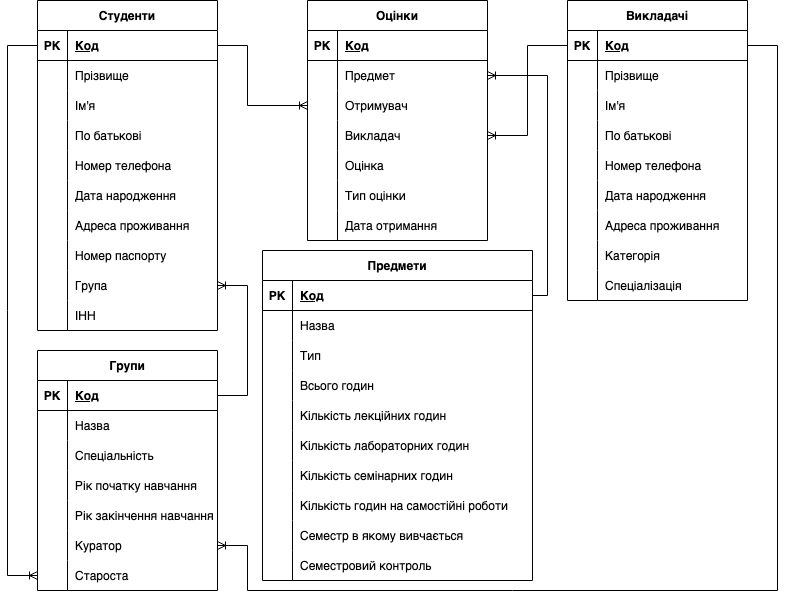
Above: docs/ER-Diagram.png in MikeostCorp/Gradify (draw.io), before the change. Source tidied: cells renumbered, new cells last; positions are measured from the earlier drawing's top-left corner, leaving out a move shared by most shapes.
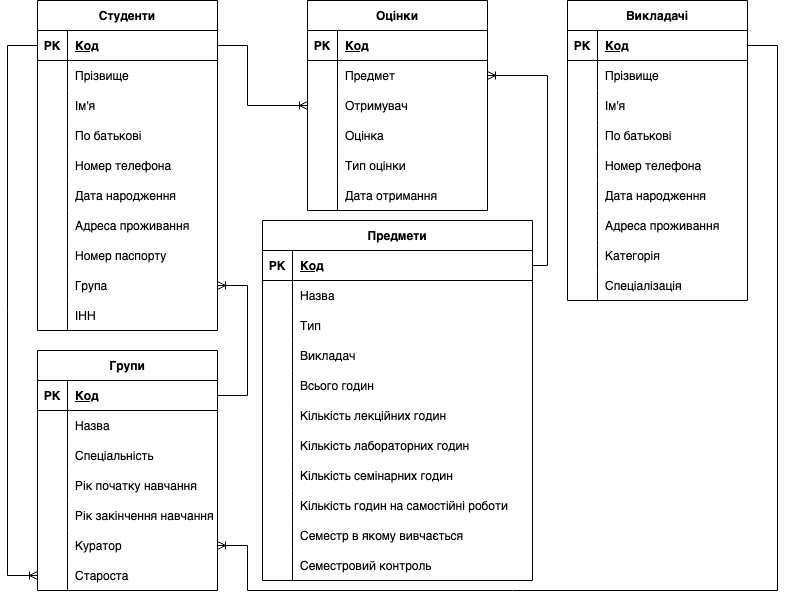
The same diagram one commit later.

Commit message:
docs: remove column "Викладач" from table "Оцінки" & add column "Викладач" to table "Предмети"

What changed in the source:
```diff
@@ -246,7 +246,7 @@
       <mxGeometry x="30" width="150" height="30" as="geometry" />
     </mxCell>
     <mxCell id="83" value="Оцінки" style="shape=table;startSize=30;rowLines=0;fontStyle=1;align=center;" parent="1" vertex="1">
-      <mxGeometry x="300" width="180" height="240" as="geometry" />
+      <mxGeometry x="300" width="180" height="210" as="geometry" />
     </mxCell>
     <mxCell id="84" style="shape=tableRow;horizontal=0;startSize=0;swimlaneHead=0;swimlaneBody=0;fillColor=none;top=0;left=0;right=0;bottom=1;" parent="83" vertex="1">
       <mxGeometry y="30" width="180" height="30" as="geometry" />
@@ -275,17 +275,8 @@
     <mxCell id="92" value="Отримувач" style="shape=partialRectangle;fillColor=none;top=0;left=0;bottom=0;right=0;align=left;spacingLeft=6;overflow=hidden;" parent="90" vertex="1">
       <mxGeometry x="30" width="150" height="30" as="geometry" />
     </mxCell>
-    <mxCell id="93" style="shape=tableRow;horizontal=0;startSize=0;swimlaneHead=0;swimlaneBody=0;fillColor=none;points=[[0,0.5],[1,0.5]];portConstraint=eastwest;top=0;left=0;right=0;bottom=0;" parent="83" vertex="1">
-      <mxGeometry y="120" width="180" height="30" as="geometry" />
-    </mxCell>
-    <mxCell id="94" style="shape=partialRectangle;fillColor=none;top=0;left=0;bottom=0;right=0;overflow=hidden;" parent="93" vertex="1">
-      <mxGeometry width="30" height="30" as="geometry" />
-    </mxCell>
-    <mxCell id="95" value="Викладач" style="shape=partialRectangle;fillColor=none;top=0;left=0;bottom=0;right=0;align=left;spacingLeft=6;overflow=hidden;" parent="93" vertex="1">
-      <mxGeometry x="30" width="150" height="30" as="geometry" />
-    </mxCell>
     <mxCell id="96" style="shape=tableRow;horizontal=0;startSize=0;swimlaneHead=0;swimlaneBody=0;fillColor=none;top=0;left=0;right=0;bottom=0;" parent="83" vertex="1">
-      <mxGeometry y="150" width="180" height="30" as="geometry" />
+      <mxGeometry y="120" width="180" height="30" as="geometry" />
     </mxCell>
     <mxCell id="97" style="shape=partialRectangle;fillColor=none;top=0;left=0;bottom=0;right=0;overflow=hidden;" parent="96" vertex="1">
       <mxGeometry width="30" height="30" as="geometry" />
@@ -294,7 +285,7 @@
       <mxGeometry x="30" width="150" height="30" as="geometry" />
     </mxCell>
     <mxCell id="99" style="shape=tableRow;horizontal=0;startSize=0;swimlaneHead=0;swimlaneBody=0;fillColor=none;top=0;left=0;right=0;bottom=0;" parent="83" vertex="1">
-      <mxGeometry y="180" width="180" height="30" as="geometry" />
+      <mxGeometry y="150" width="180" height="30" as="geometry" />
     </mxCell>
     <mxCell id="100" style="shape=partialRectangle;fillColor=none;top=0;left=0;bottom=0;right=0;overflow=hidden;" parent="99" vertex="1">
       <mxGeometry width="30" height="30" as="geometry" />
@@ -303,7 +294,7 @@
       <mxGeometry x="30" width="150" height="30" as="geometry" />
     </mxCell>
     <mxCell id="102" style="shape=tableRow;horizontal=0;startSize=0;swimlaneHead=0;swimlaneBody=0;fillColor=none;top=0;left=0;right=0;bottom=0;" parent="83" vertex="1">
-      <mxGeometry y="210" width="180" height="30" as="geometry" />
+      <mxGeometry y="180" width="180" height="30" as="geometry" />
     </mxCell>
     <mxCell id="103" style="shape=partialRectangle;fillColor=none;top=0;left=0;bottom=0;right=0;overflow=hidden;" parent="102" vertex="1">
       <mxGeometry width="30" height="30" as="geometry" />
@@ -312,7 +303,7 @@
       <mxGeometry x="30" width="150" height="30" as="geometry" />
     </mxCell>
     <mxCell id="105" value="Предмети" style="shape=table;startSize=30;rowLines=0;fontStyle=1;align=center;" parent="1" vertex="1">
-      <mxGeometry x="255" y="250" width="270" height="330" as="geometry" />
+      <mxGeometry x="255" y="220" width="270" height="360" as="geometry" />
     </mxCell>
     <mxCell id="106" style="shape=tableRow;horizontal=0;startSize=0;swimlaneHead=0;swimlaneBody=0;fillColor=none;points=[[0,0.5],[1,0.5]];portConstraint=eastwest;top=0;left=0;right=0;bottom=1;" parent="105" vertex="1">
       <mxGeometry y="30" width="270" height="30" as="geometry" />
@@ -341,8 +332,17 @@
     <mxCell id="114" value="Тип" style="shape=partialRectangle;fillColor=none;top=0;left=0;bottom=0;right=0;align=left;spacingLeft=6;overflow=hidden;" parent="112" vertex="1">
       <mxGeometry x="30" width="240" height="30" as="geometry" />
     </mxCell>
+    <mxCell id="142" style="shape=tableRow;horizontal=0;startSize=0;swimlaneHead=0;swimlaneBody=0;fillColor=none;top=0;left=0;right=0;bottom=0;" parent="105" vertex="1">
+      <mxGeometry y="120" width="270" height="30" as="geometry" />
+    </mxCell>
+    <mxCell id="94" style="shape=partialRectangle;fillColor=none;top=0;left=0;bottom=0;right=0;overflow=hidden;" parent="142" vertex="1">
+      <mxGeometry width="30" height="30" as="geometry" />
+    </mxCell>
+    <mxCell id="95" value="Викладач" style="shape=partialRectangle;fillColor=none;top=0;left=0;bottom=0;right=0;align=left;spacingLeft=6;overflow=hidden;" parent="142" vertex="1">
+      <mxGeometry x="30" width="240" height="30" as="geometry" />
+    </mxCell>
     <mxCell id="115" style="shape=tableRow;horizontal=0;startSize=0;swimlaneHead=0;swimlaneBody=0;fillColor=none;top=0;left=0;right=0;bottom=0;" parent="105" vertex="1">
-      <mxGeometry y="120" width="270" height="30" as="geometry" />
+      <mxGeometry y="150" width="270" height="30" as="geometry" />
     </mxCell>
     <mxCell id="116" style="shape=partialRectangle;fillColor=none;top=0;left=0;bottom=0;right=0;overflow=hidden;" parent="115" vertex="1">
       <mxGeometry width="30" height="30" as="geometry" />
@@ -351,7 +351,7 @@
       <mxGeometry x="30" width="240" height="30" as="geometry" />
     </mxCell>
     <mxCell id="118" style="shape=tableRow;horizontal=0;startSize=0;swimlaneHead=0;swimlaneBody=0;fillColor=none;top=0;left=0;right=0;bottom=0;" parent="105" vertex="1">
-      <mxGeometry y="150" width="270" height="30" as="geometry" />
+      <mxGeometry y="180" width="270" height="30" as="geometry" />
     </mxCell>
     <mxCell id="119" style="shape=partialRectangle;fillColor=none;top=0;left=0;bottom=0;right=0;overflow=hidden;" parent="118" vertex="1">
       <mxGeometry width="30" height="30" as="geometry" />
@@ -360,7 +360,7 @@
       <mxGeometry x="30" width="240" height="30" as="geometry" />
     </mxCell>
     <mxCell id="121" style="shape=tableRow;horizontal=0;startSize=0;swimlaneHead=0;swimlaneBody=0;fillColor=none;top=0;left=0;right=0;bottom=0;" parent="105" vertex="1">
-      <mxGeometry y="180" width="270" height="30" as="geometry" />
+      <mxGeometry y="210" width="270" height="30" as="geometry" />
     </mxCell>
     <mxCell id="122" style="shape=partialRectangle;fillColor=none;top=0;left=0;bottom=0;right=0;overflow=hidden;" parent="121" vertex="1">
       <mxGeometry width="30" height="30" as="geometry" />
@@ -369,7 +369,7 @@
       <mxGeometry x="30" width="240" height="30" as="geometry" />
     </mxCell>
     <mxCell id="124" style="shape=tableRow;horizontal=0;startSize=0;swimlaneHead=0;swimlaneBody=0;fillColor=none;top=0;left=0;right=0;bottom=0;" parent="105" vertex="1">
-      <mxGeometry y="210" width="270" height="30" as="geometry" />
+      <mxGeometry y="240" width="270" height="30" as="geometry" />
     </mxCell>
     <mxCell id="125" style="shape=partialRectangle;fillColor=none;top=0;left=0;bottom=0;right=0;overflow=hidden;" parent="124" vertex="1">
       <mxGeometry width="30" height="30" as="geometry" />
@@ -378,7 +378,7 @@
       <mxGeometry x="30" width="240" height="30" as="geometry" />
     </mxCell>
     <mxCell id="127" style="shape=tableRow;horizontal=0;startSize=0;swimlaneHead=0;swimlaneBody=0;fillColor=none;top=0;left=0;right=0;bottom=0;" parent="105" vertex="1">
-      <mxGeometry y="240" width="270" height="30" as="geometry" />
+      <mxGeometry y="270" width="270" height="30" as="geometry" />
     </mxCell>
     <mxCell id="128" style="shape=partialRectangle;fillColor=none;top=0;left=0;bottom=0;right=0;overflow=hidden;" parent="127" vertex="1">
       <mxGeometry width="30" height="30" as="geometry" />
@@ -387,7 +387,7 @@
       <mxGeometry x="30" width="240" height="30" as="geometry" />
     </mxCell>
     <mxCell id="130" style="shape=tableRow;horizontal=0;startSize=0;swimlaneHead=0;swimlaneBody=0;fillColor=none;top=0;left=0;right=0;bottom=0;" parent="105" vertex="1">
-      <mxGeometry y="270" width="270" height="30" as="geometry" />
+      <mxGeometry y="300" width="270" height="30" as="geometry" />
     </mxCell>
     <mxCell id="131" style="shape=partialRectangle;fillColor=none;top=0;left=0;bottom=0;right=0;overflow=hidden;" parent="130" vertex="1">
       <mxGeometry width="30" height="30" as="geometry" />
@@ -396,7 +396,7 @@
       <mxGeometry x="30" width="240" height="30" as="geometry" />
     </mxCell>
     <mxCell id="133" style="shape=tableRow;horizontal=0;startSize=0;swimlaneHead=0;swimlaneBody=0;fillColor=none;top=0;left=0;right=0;bottom=0;" parent="105" vertex="1">
-      <mxGeometry y="300" width="270" height="30" as="geometry" />
+      <mxGeometry y="330" width="270" height="30" as="geometry" />
     </mxCell>
     <mxCell id="134" style="shape=partialRectangle;fillColor=none;top=0;left=0;bottom=0;right=0;overflow=hidden;" parent="133" vertex="1">
       <mxGeometry width="30" height="30" as="geometry" />
@@ -438,7 +438,7 @@
     <mxCell id="140" style="edgeStyle=entityRelationEdgeStyle;fontSize=12;html=1;endArrow=ERoneToMany;rounded=0;exitX=1;exitY=0.5;exitDx=0;exitDy=0;entryX=1;entryY=0.5;entryDx=0;entryDy=0;" parent="1" edge="1" source="3" target="49">
       <mxGeometry relative="1" as="geometry" />
     </mxCell>
-    <mxCell id="141" style="edgeStyle=elbowEdgeStyle;fontSize=12;html=1;endArrow=ERoneToMany;rounded=0;exitX=0;exitY=0.5;exitDx=0;exitDy=0;entryX=1;entryY=0.5;entryDx=0;entryDy=0;" parent="1" edge="1" source="56" target="93">
+    <mxCell id="141" style="edgeStyle=elbowEdgeStyle;fontSize=12;html=1;endArrow=ERoneToMany;rounded=0;exitX=0;exitY=0.5;exitDx=0;exitDy=0;entryX=1;entryY=0.5;entryDx=0;entryDy=0;" parent="1" edge="1" source="56" target="x">
       <mxGeometry relative="1" as="geometry" />
     </mxCell>
   </root>
```
